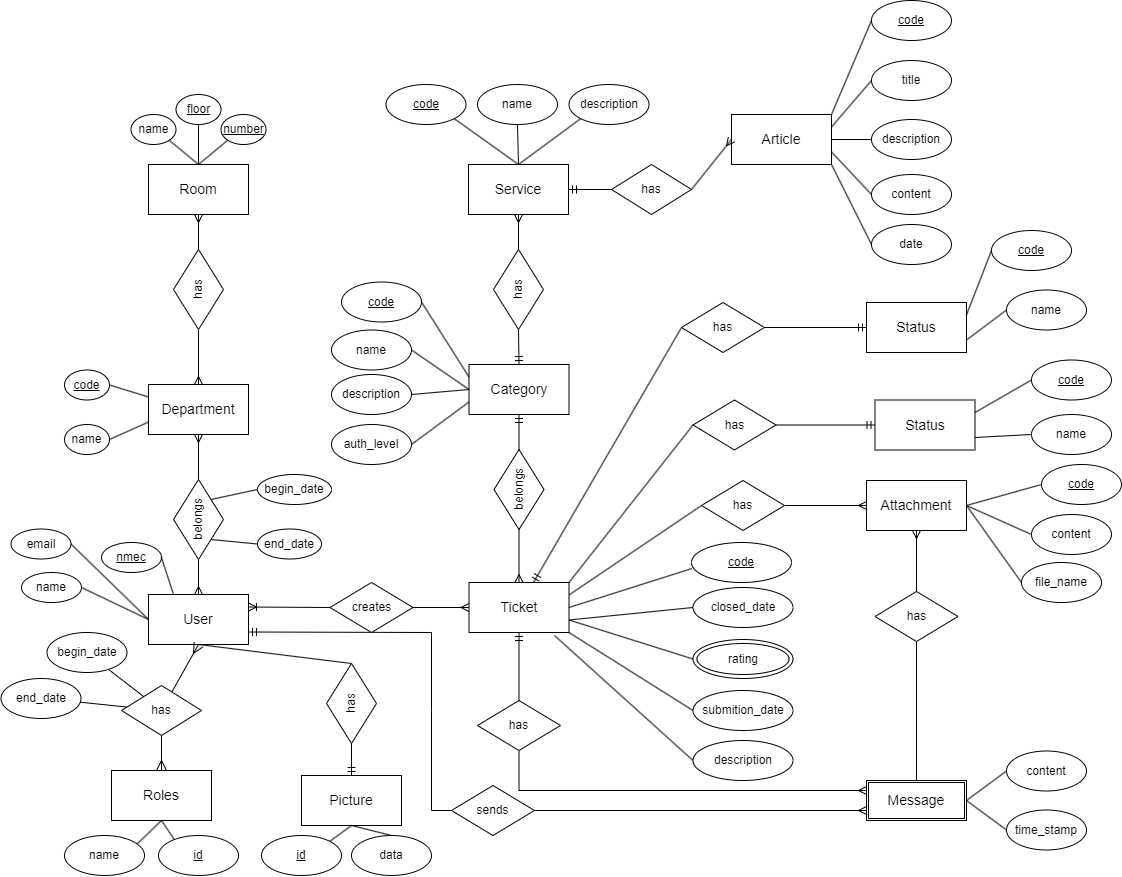
This is DER.png from MiguelReis23/ua-bd-bud, a draw.io export, as it was before one commit. Source tidied: cells renumbered, new cells last; positions are measured from the earlier drawing's top-left corner, leaving out a move shared by most shapes.
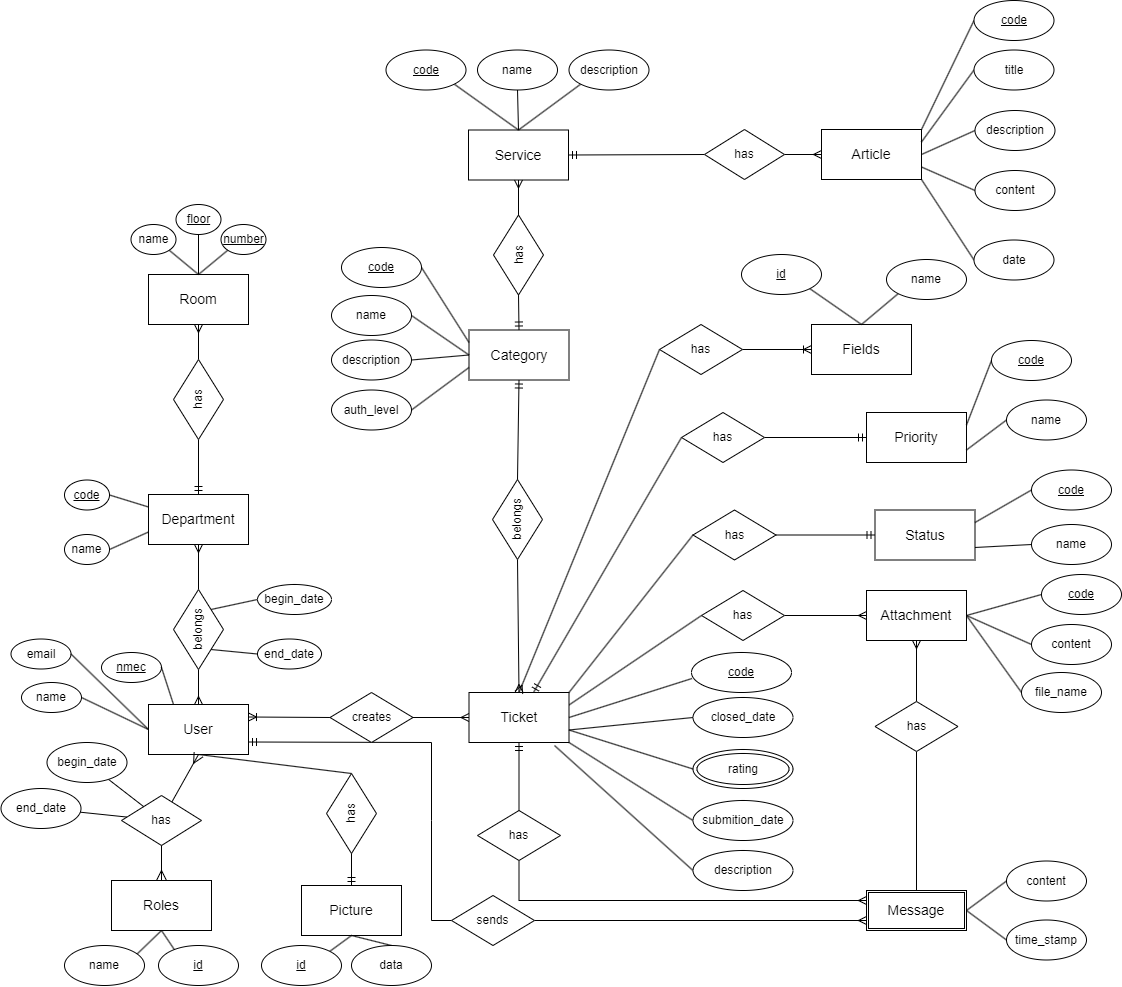
Above is the later version.

What changed in the source:
```diff
@@ -32,7 +32,7 @@
     <mxCell id="9" value="&lt;font style=&quot;font-size: 14px;&quot;&gt;User&lt;/font&gt;" style="rounded=0;whiteSpace=wrap;html=1;" parent="1" vertex="1">
       <mxGeometry x="147" y="594" width="100" height="50" as="geometry" />
     </mxCell>
-    <mxCell id="10" style="edgeStyle=orthogonalEdgeStyle;rounded=0;jettySize=auto;html=1;entryX=0;entryY=0.5;entryDx=0;entryDy=0;endArrow=none;endFill=0;startArrow=ERmany;startFill=0;" parent="1" edge="1" source="11" target="53">
+    <mxCell id="10" style="edgeStyle=orthogonalEdgeStyle;rounded=0;jettySize=auto;html=1;entryX=0;entryY=0.5;entryDx=0;entryDy=0;endArrow=none;endFill=0;startArrow=ERmandOne;startFill=0;" parent="1" edge="1" source="11" target="53">
       <mxGeometry relative="1" as="geometry" />
     </mxCell>
     <mxCell id="11" value="&lt;font style=&quot;font-size: 14px;&quot;&gt;Department&lt;/font&gt;" style="rounded=0;whiteSpace=wrap;html=1;" parent="1" vertex="1">
@@ -42,13 +42,13 @@
       <mxGeometry relative="1" as="geometry" />
     </mxCell>
     <mxCell id="13" value="&lt;font style=&quot;font-size: 14px;&quot;&gt;Category&lt;/font&gt;" style="rounded=0;whiteSpace=wrap;html=1;" parent="1" vertex="1">
-      <mxGeometry x="467.5" y="364" width="100" height="50" as="geometry" />
+      <mxGeometry x="467.5" y="219.5" width="100" height="50" as="geometry" />
     </mxCell>
     <mxCell id="14" style="rounded=0;jettySize=auto;html=1;exitX=1;exitY=1;exitDx=0;exitDy=0;entryX=0;entryY=0.5;entryDx=0;entryDy=0;endArrow=none;endFill=0;" parent="1" edge="1" source="15" target="85">
       <mxGeometry relative="1" as="geometry" />
     </mxCell>
     <mxCell id="15" value="&lt;font style=&quot;font-size: 14px;&quot;&gt;Article&lt;/font&gt;" style="rounded=0;whiteSpace=wrap;html=1;" parent="1" vertex="1">
-      <mxGeometry x="730" y="114" width="100" height="50" as="geometry" />
+      <mxGeometry x="820" y="19" width="100" height="50" as="geometry" />
     </mxCell>
     <mxCell id="16" style="rounded=0;jettySize=auto;html=1;exitX=0.5;exitY=1;exitDx=0;exitDy=0;entryX=0.5;entryY=0;entryDx=0;entryDy=0;endArrow=none;endFill=0;startArrow=ERmandOne;startFill=0;" parent="1" edge="1" source="19" target="100">
       <mxGeometry relative="1" as="geometry" />
@@ -66,7 +66,7 @@
       <mxGeometry relative="1" as="geometry" />
     </mxCell>
     <mxCell id="21" value="&lt;font style=&quot;font-size: 14px;&quot;&gt;Service&lt;/font&gt;" style="rounded=0;whiteSpace=wrap;html=1;" parent="1" vertex="1">
-      <mxGeometry x="467" y="164" width="100" height="50" as="geometry" />
+      <mxGeometry x="467" y="19.5" width="100" height="50" as="geometry" />
     </mxCell>
     <mxCell id="22" style="rounded=0;jettySize=auto;html=1;exitX=0.5;exitY=1;exitDx=0;exitDy=0;entryX=1;entryY=0.5;entryDx=0;entryDy=0;endArrow=none;endFill=0;startArrow=ERmany;startFill=0;" parent="1" edge="1" source="23" target="53">
       <mxGeometry relative="1" as="geometry" />
@@ -77,7 +77,7 @@
     <mxCell id="24" value="&lt;font style=&quot;font-size: 14px;&quot;&gt;Picture&lt;/font&gt;" style="rounded=0;whiteSpace=wrap;html=1;" parent="1" vertex="1">
       <mxGeometry x="300" y="775" width="100" height="50" as="geometry" />
     </mxCell>
-    <mxCell id="25" value="&lt;font style=&quot;font-size: 14px;&quot;&gt;Status&lt;/font&gt;" style="rounded=0;whiteSpace=wrap;html=1;" parent="1" vertex="1">
+    <mxCell id="25" value="&lt;font style=&quot;font-size: 14px;&quot;&gt;Priority&lt;/font&gt;" style="rounded=0;whiteSpace=wrap;html=1;" parent="1" vertex="1">
       <mxGeometry x="865" y="302" width="100" height="50" as="geometry" />
     </mxCell>
     <mxCell id="26" style="rounded=0;jettySize=auto;html=1;exitX=1;exitY=0.5;exitDx=0;exitDy=0;endArrow=none;endFill=0;entryX=0;entryY=0.5;entryDx=0;entryDy=0;" parent="1" edge="1" source="27" target="78">
@@ -168,19 +168,21 @@
       <mxGeometry relative="1" as="geometry" />
     </mxCell>
     <mxCell id="55" value="&lt;u&gt;code&lt;/u&gt;" style="ellipse;whiteSpace=wrap;html=1;" parent="1" vertex="1">
-      <mxGeometry x="384.5" y="84" width="80" height="40" as="geometry" />
+      <mxGeometry x="384.5" y="-60.5" width="80" height="40" as="geometry" />
     </mxCell>
     <mxCell id="56" style="rounded=0;jettySize=auto;html=1;exitX=0.5;exitY=1;exitDx=0;exitDy=0;entryX=0.5;entryY=0;entryDx=0;entryDy=0;endArrow=none;endFill=0;" parent="1" edge="1" source="57" target="21">
       <mxGeometry relative="1" as="geometry" />
     </mxCell>
     <mxCell id="57" value="name" style="ellipse;whiteSpace=wrap;html=1;" parent="1" vertex="1">
-      <mxGeometry x="476" y="84" width="80" height="40" as="geometry" />
+      <mxGeometry x="476" y="-60.5" width="80" height="40" as="geometry" />
     </mxCell>
-    <mxCell id="58" style="rounded=0;jettySize=auto;html=1;exitX=0;exitY=1;exitDx=0;exitDy=0;entryX=0.5;entryY=0;entryDx=0;entryDy=0;endArrow=none;endFill=0;" parent="1" edge="1" source="59" target="21">
-      <mxGeometry relative="1" as="geometry" />
+    <mxCell id="58" style="rounded=0;jettySize=auto;html=1;exitX=0;exitY=1;exitDx=0;exitDy=0;entryX=0.5;entryY=0;entryDx=0;entryDy=0;endArrow=none;endFill=0;" parent="1" edge="1" target="21">
+      <mxGeometry relative="1" as="geometry">
+        <mxPoint x="579.2" y="-26.4" as="sourcePoint" />
+      </mxGeometry>
     </mxCell>
     <mxCell id="59" value="description" style="ellipse;whiteSpace=wrap;html=1;" parent="1" vertex="1">
-      <mxGeometry x="567.5" y="84" width="80" height="40" as="geometry" />
+      <mxGeometry x="567.5" y="-60.5" width="80" height="40" as="geometry" />
     </mxCell>
     <mxCell id="60" style="rounded=0;jettySize=auto;html=1;exitX=1;exitY=0.5;exitDx=0;exitDy=0;entryX=0.5;entryY=1;entryDx=0;entryDy=0;endArrow=ERmany;endFill=0;" parent="1" edge="1" source="62" target="21">
       <mxGeometry relative="1" as="geometry" />
@@ -189,28 +191,28 @@
       <mxGeometry relative="1" as="geometry" />
     </mxCell>
     <mxCell id="62" value="has" style="rhombus;whiteSpace=wrap;html=1;rotation=-90;" parent="1" vertex="1">
-      <mxGeometry x="477" y="264" width="80" height="50" as="geometry" />
+      <mxGeometry x="477" y="119.5" width="80" height="50" as="geometry" />
     </mxCell>
     <mxCell id="63" style="rounded=0;jettySize=auto;html=1;exitX=1;exitY=0.5;exitDx=0;exitDy=0;entryX=0;entryY=0.5;entryDx=0;entryDy=0;endArrow=none;endFill=0;" parent="1" edge="1" source="64" target="13">
       <mxGeometry relative="1" as="geometry" />
     </mxCell>
     <mxCell id="64" value="name" style="ellipse;whiteSpace=wrap;html=1;" parent="1" vertex="1">
-      <mxGeometry x="330" y="329.5" width="80" height="40" as="geometry" />
+      <mxGeometry x="330" y="185" width="80" height="40" as="geometry" />
     </mxCell>
     <mxCell id="65" value="description" style="ellipse;whiteSpace=wrap;html=1;" parent="1" vertex="1">
-      <mxGeometry x="330" y="374" width="80" height="40" as="geometry" />
+      <mxGeometry x="330" y="229.5" width="80" height="40" as="geometry" />
     </mxCell>
     <mxCell id="66" style="rounded=0;jettySize=auto;html=1;exitX=1;exitY=0.5;exitDx=0;exitDy=0;entryX=0;entryY=0.25;entryDx=0;entryDy=0;endArrow=none;endFill=0;" parent="1" edge="1" source="67" target="13">
       <mxGeometry relative="1" as="geometry" />
     </mxCell>
     <mxCell id="67" value="&lt;u&gt;code&lt;/u&gt;" style="ellipse;whiteSpace=wrap;html=1;" parent="1" vertex="1">
-      <mxGeometry x="340" y="281.5" width="80" height="40" as="geometry" />
+      <mxGeometry x="340" y="137" width="80" height="40" as="geometry" />
     </mxCell>
     <mxCell id="68" style="rounded=0;jettySize=auto;html=1;exitX=1;exitY=0.5;exitDx=0;exitDy=0;entryX=0;entryY=0.75;entryDx=0;entryDy=0;endArrow=none;endFill=0;" parent="1" edge="1" source="69" target="13">
       <mxGeometry relative="1" as="geometry" />
     </mxCell>
     <mxCell id="69" value="auth_level" style="ellipse;whiteSpace=wrap;html=1;" parent="1" vertex="1">
-      <mxGeometry x="330" y="424" width="80" height="40" as="geometry" />
+      <mxGeometry x="330" y="279.5" width="80" height="40" as="geometry" />
     </mxCell>
     <mxCell id="70" style="rounded=0;jettySize=auto;html=1;exitX=0;exitY=0.5;exitDx=0;exitDy=0;entryX=1;entryY=0.25;entryDx=0;entryDy=0;endArrow=none;endFill=0;" parent="1" edge="1" source="71" target="25">
       <mxGeometry relative="1" as="geometry" />
@@ -243,34 +245,34 @@
       <mxGeometry relative="1" as="geometry" />
     </mxCell>
     <mxCell id="80" value="has" style="rhombus;whiteSpace=wrap;html=1;rotation=0;" parent="1" vertex="1">
-      <mxGeometry x="610" y="164" width="80" height="50" as="geometry" />
+      <mxGeometry x="703" y="19" width="80" height="50" as="geometry" />
     </mxCell>
     <mxCell id="81" style="rounded=0;jettySize=auto;html=1;exitX=0;exitY=0.5;exitDx=0;exitDy=0;entryX=1;entryY=0.5;entryDx=0;entryDy=0;endArrow=none;endFill=0;" parent="1" edge="1" source="82" target="15">
       <mxGeometry relative="1" as="geometry" />
     </mxCell>
     <mxCell id="82" value="description" style="ellipse;whiteSpace=wrap;html=1;" parent="1" vertex="1">
-      <mxGeometry x="870" y="119" width="80" height="40" as="geometry" />
+      <mxGeometry x="973.5" width="80" height="40" as="geometry" />
     </mxCell>
     <mxCell id="83" style="rounded=0;jettySize=auto;html=1;exitX=0;exitY=0.5;exitDx=0;exitDy=0;entryX=1;entryY=0.75;entryDx=0;entryDy=0;endArrow=none;endFill=0;" parent="1" edge="1" source="84" target="15">
       <mxGeometry relative="1" as="geometry" />
     </mxCell>
     <mxCell id="84" value="content" style="ellipse;whiteSpace=wrap;html=1;" parent="1" vertex="1">
-      <mxGeometry x="870" y="174" width="80" height="40" as="geometry" />
+      <mxGeometry x="973.5" y="60" width="80" height="40" as="geometry" />
     </mxCell>
     <mxCell id="85" value="date" style="ellipse;whiteSpace=wrap;html=1;" parent="1" vertex="1">
-      <mxGeometry x="870" y="224" width="80" height="40" as="geometry" />
+      <mxGeometry x="972.5" y="129.5" width="80" height="40" as="geometry" />
     </mxCell>
     <mxCell id="86" style="rounded=0;jettySize=auto;html=1;exitX=0;exitY=0.5;exitDx=0;exitDy=0;entryX=1;entryY=0.25;entryDx=0;entryDy=0;endArrow=none;endFill=0;" parent="1" edge="1" source="87" target="15">
       <mxGeometry relative="1" as="geometry" />
     </mxCell>
     <mxCell id="87" value="title" style="ellipse;whiteSpace=wrap;html=1;" parent="1" vertex="1">
-      <mxGeometry x="870" y="60" width="80" height="40" as="geometry" />
+      <mxGeometry x="972.5" y="-60.5" width="80" height="40" as="geometry" />
     </mxCell>
     <mxCell id="88" style="rounded=0;jettySize=auto;html=1;exitX=0;exitY=0.5;exitDx=0;exitDy=0;entryX=1;entryY=0;entryDx=0;entryDy=0;endArrow=none;endFill=0;" parent="1" edge="1" source="89" target="15">
       <mxGeometry relative="1" as="geometry" />
     </mxCell>
     <mxCell id="89" value="&lt;u&gt;code&lt;/u&gt;" style="ellipse;whiteSpace=wrap;html=1;" parent="1" vertex="1">
-      <mxGeometry x="870" width="80" height="40" as="geometry" />
+      <mxGeometry x="972.5" y="-110" width="80" height="40" as="geometry" />
     </mxCell>
     <mxCell id="90" style="rounded=0;jettySize=auto;html=1;exitX=0;exitY=0.5;exitDx=0;exitDy=0;entryX=0.5;entryY=0;entryDx=0;entryDy=0;endArrow=ERmany;endFill=0;startArrow=none;startFill=0;" parent="1" edge="1" source="95" target="19">
       <mxGeometry relative="1" as="geometry" />
@@ -288,7 +290,7 @@
       <mxGeometry x="1005" y="750.5" width="80" height="40" as="geometry" />
     </mxCell>
     <mxCell id="95" value="belongs" style="rhombus;whiteSpace=wrap;html=1;rotation=-90;" parent="1" vertex="1">
-      <mxGeometry x="477.5" y="464" width="80" height="50" as="geometry" />
+      <mxGeometry x="476" y="384" width="80" height="50" as="geometry" />
     </mxCell>
     <mxCell id="96" style="rounded=0;jettySize=auto;html=1;exitX=1;exitY=0.5;exitDx=0;exitDy=0;entryX=0;entryY=0.75;entryDx=0;entryDy=0;endArrow=ERmany;endFill=0;" parent="1" edge="1" source="104" target="117">
       <mxGeometry relative="1" as="geometry" />
@@ -430,5 +432,29 @@
     <mxCell id="140" value="name" style="ellipse;whiteSpace=wrap;html=1;" parent="1" vertex="1">
       <mxGeometry x="63" y="835" width="80" height="40" as="geometry" />
     </mxCell>
+    <mxCell id="141" style="rounded=0;jettySize=auto;html=1;entryX=0;entryY=0.5;entryDx=0;entryDy=0;endArrow=none;endFill=0;startArrow=ERmany;startFill=0;exitX=0.5;exitY=0;exitDx=0;exitDy=0;" parent="1" edge="1" source="19" target="144">
+      <mxGeometry relative="1" as="geometry" />
+    </mxCell>
+    <mxCell id="142" value="&lt;font style=&quot;font-size: 14px;&quot;&gt;F&lt;/font&gt;&lt;span style=&quot;font-size: 14px; background-color: initial;&quot;&gt;ields&lt;/span&gt;" style="rounded=0;whiteSpace=wrap;html=1;" parent="1" vertex="1">
+      <mxGeometry x="810" y="214" width="100" height="50" as="geometry" />
+    </mxCell>
+    <mxCell id="143" style="rounded=0;jettySize=auto;html=1;exitX=1;exitY=0.5;exitDx=0;exitDy=0;entryX=0;entryY=0.5;entryDx=0;entryDy=0;endArrow=ERoneToMany;endFill=0;" parent="1" edge="1" source="144" target="142">
+      <mxGeometry relative="1" as="geometry" />
+    </mxCell>
+    <mxCell id="144" value="has" style="rhombus;whiteSpace=wrap;html=1;rotation=0;" parent="1" vertex="1">
+      <mxGeometry x="658" y="214" width="83" height="50" as="geometry" />
+    </mxCell>
+    <mxCell id="145" style="rounded=0;jettySize=auto;html=1;exitX=1;exitY=1;exitDx=0;exitDy=0;entryX=0.5;entryY=0;entryDx=0;entryDy=0;endArrow=none;endFill=0;" parent="1" edge="1" source="146" target="142">
+      <mxGeometry relative="1" as="geometry" />
+    </mxCell>
+    <mxCell id="146" value="&lt;u&gt;id&lt;/u&gt;" style="ellipse;whiteSpace=wrap;html=1;" parent="1" vertex="1">
+      <mxGeometry x="740" y="144" width="80" height="40" as="geometry" />
+    </mxCell>
+    <mxCell id="147" style="rounded=0;jettySize=auto;html=1;exitX=0;exitY=1;exitDx=0;exitDy=0;entryX=0.5;entryY=0;entryDx=0;entryDy=0;endArrow=none;endFill=0;" parent="1" edge="1" source="148" target="142">
+      <mxGeometry relative="1" as="geometry" />
+    </mxCell>
+    <mxCell id="148" value="name" style="ellipse;whiteSpace=wrap;html=1;" parent="1" vertex="1">
+      <mxGeometry x="885" y="149" width="80" height="40" as="geometry" />
+    </mxCell>
   </root>
 </mxGraphModel>
```
